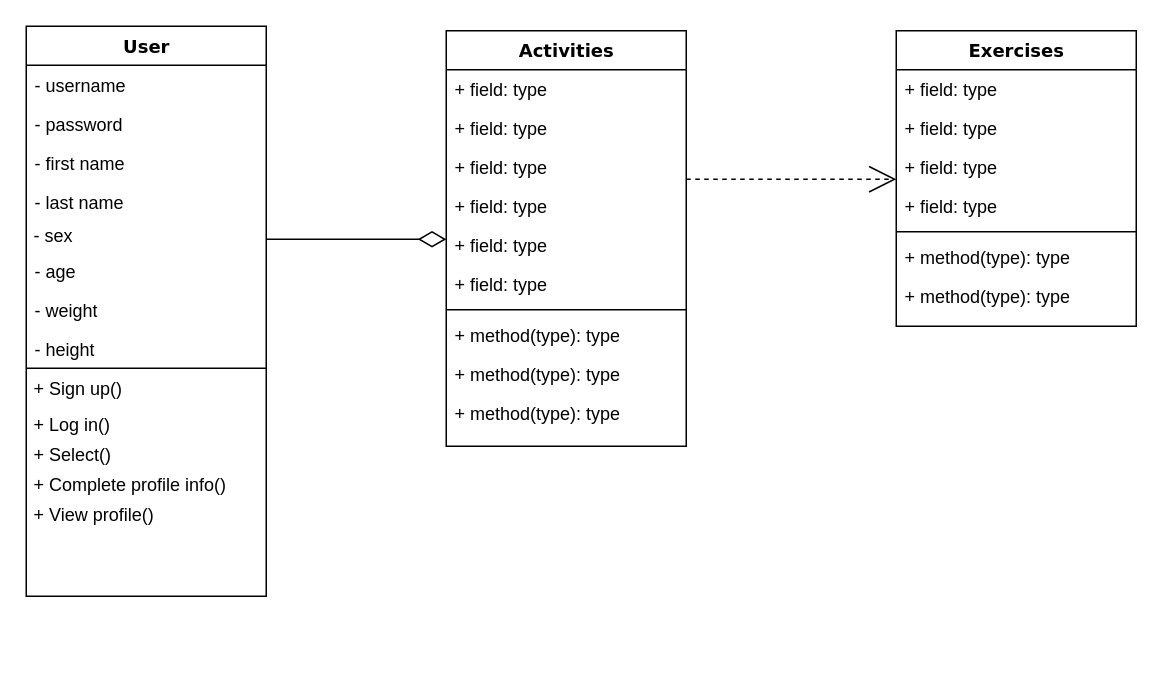
The draw.io diagram Docs./ClassDiagram.drawio in ShadiMe-flutter/Workout, before the edit. Source tidied: cells renumbered, new cells numbered last; positions are measured from the earlier drawing's top-left corner, leaving out a move shared by most shapes. Both pictures are drawn from the tidied source at 150%, with x=0, y=0 at pixel (26, 26).
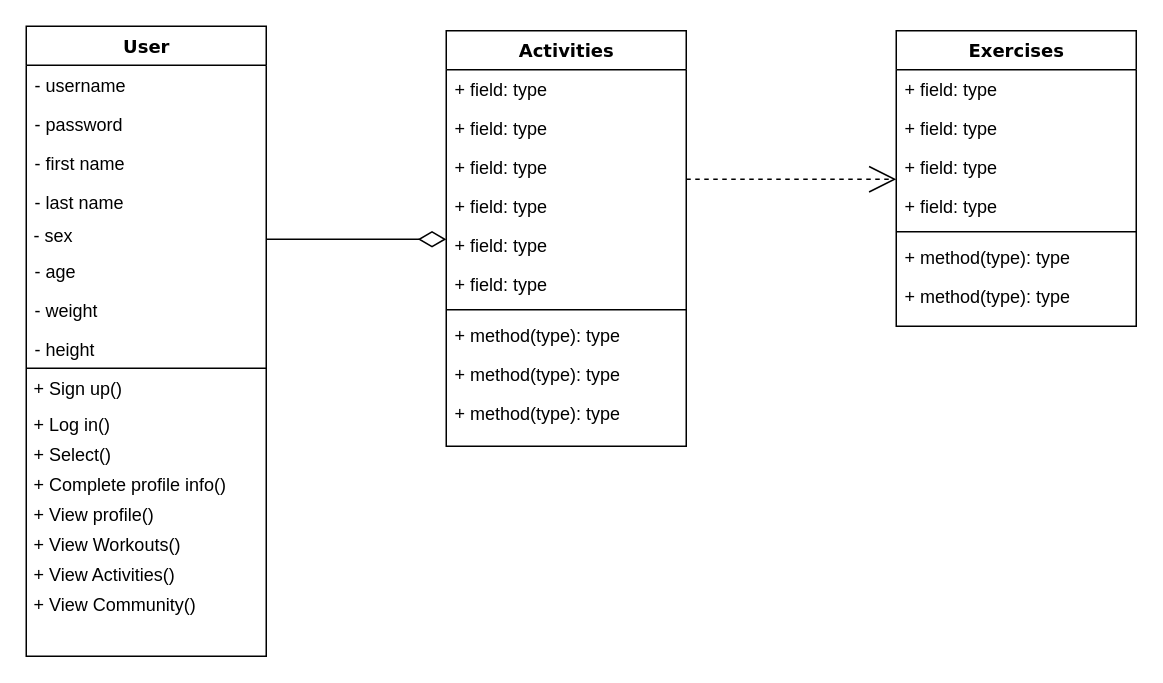
The same page after the edit.

Change to the diagram source:
```diff
@@
     <mxCell id="2" value="User" style="swimlane;html=1;fontStyle=1;align=center;verticalAlign=top;horizontal=1;startSize=26;swimlaneFillColor=#ffffff;rounded=0;shadow=0;comic=0;labelBackgroundColor=none;strokeWidth=1;fillColor=none;fontFamily=Verdana;fontSize=12;" parent="1" vertex="1">
-      <mxGeometry width="160" height="380" as="geometry" />
+      <mxGeometry width="160" height="420" as="geometry" />
     </mxCell>
@@
+    <mxCell id="38" value="&amp;nbsp;+ View Workouts()" style="text;html=1;strokeColor=none;fillColor=none;align=left;verticalAlign=middle;whiteSpace=wrap;rounded=0;" parent="2" vertex="1">
+      <mxGeometry y="336" width="160" height="20" as="geometry" />
+    </mxCell>
+    <mxCell id="39" value="&amp;nbsp;+ View Activities()" style="text;html=1;strokeColor=none;fillColor=none;align=left;verticalAlign=middle;whiteSpace=wrap;rounded=0;" parent="2" vertex="1">
+      <mxGeometry y="356" width="160" height="20" as="geometry" />
+    </mxCell>
+    <mxCell id="40" value="&amp;nbsp;+ View Community()" style="text;html=1;strokeColor=none;fillColor=none;align=left;verticalAlign=middle;whiteSpace=wrap;rounded=0;" parent="2" vertex="1">
+      <mxGeometry y="376" width="160" height="20" as="geometry" />
+    </mxCell>
```
